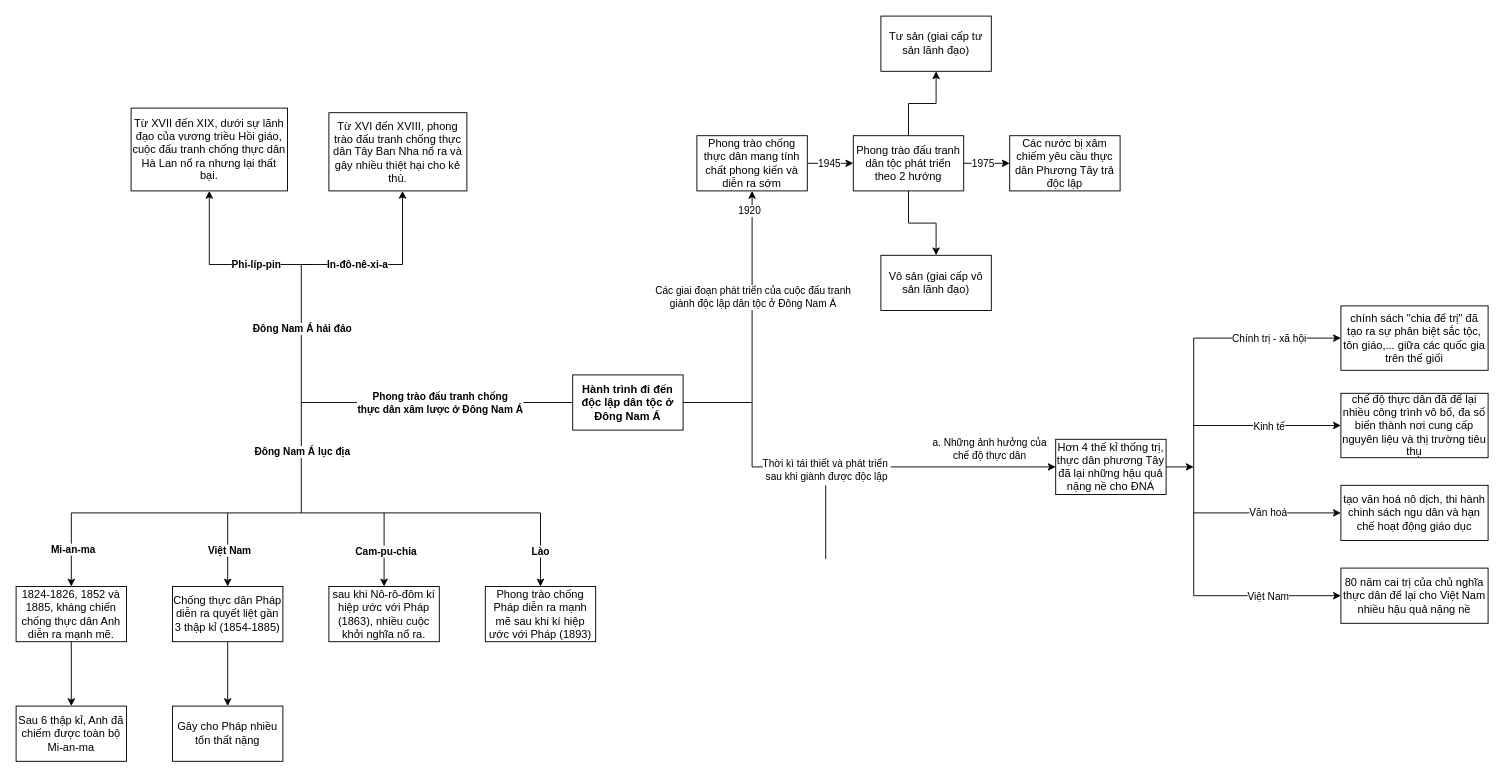
Before: Untitled Diagram.drawio in AnimeNyaruko/FlowChart, a draw.io diagram. Source tidied: cells renumbered, new cells numbered last; positions are measured from the earlier drawing's top-left corner, leaving out a move shared by most shapes. Both pictures are drawn from the tidied source at 92%, with x=0, y=0 at pixel (16, 16).
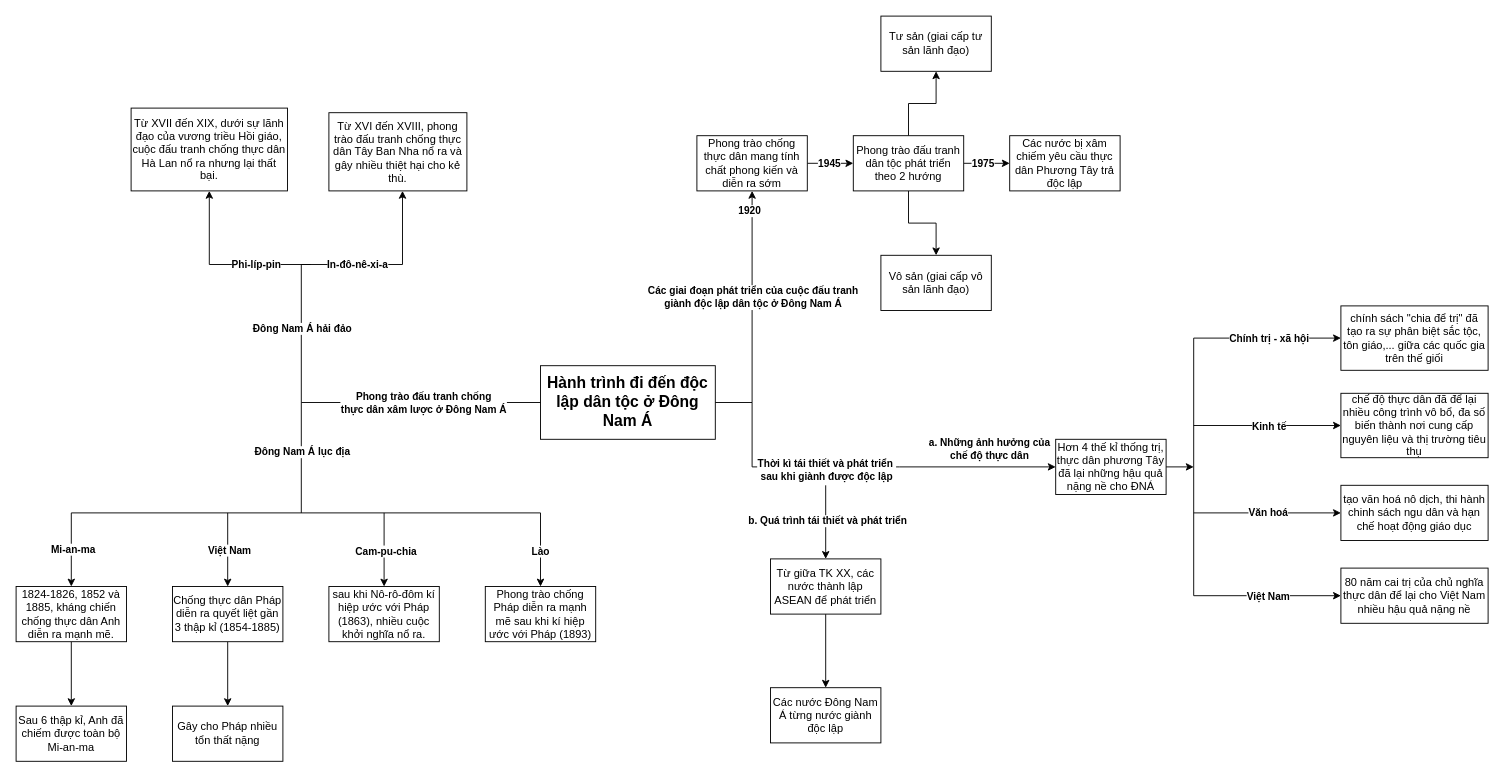
The same page after the edit.

The change refers to these unchanged cells:
```xml
<mxCell id="36" style="endArrow=none;html=1;rounded=0;" parent="1" edge="1">
  <mxGeometry relative="1" as="geometry">
    <mxPoint x="800" y="490" as="sourcePoint" />
    <mxPoint x="960" y="490" as="targetPoint" />
  </mxGeometry>
</mxCell>
<mxCell id="38" style="edgeStyle=orthogonalEdgeStyle;rounded=0;jettySize=auto;html=1;entryX=0;entryY=0.5;entryDx=0;entryDy=0;" parent="1" edge="1" source="40" target="45">
  <mxGeometry relative="1" as="geometry" />
</mxCell>
<mxCell id="43" style="edgeStyle=orthogonalEdgeStyle;rounded=0;jettySize=auto;html=1;entryX=0;entryY=0.5;entryDx=0;entryDy=0;" parent="1" edge="1" source="45" target="46">
  <mxGeometry relative="1" as="geometry" />
</mxCell>
<mxCell id="47" style="endArrow=classic;html=1;rounded=0;" parent="1" edge="1">
  <mxGeometry relative="1" as="geometry">
    <mxPoint x="800" y="420" as="sourcePoint" />
    <mxPoint x="800" y="190" as="targetPoint" />
  </mxGeometry>
</mxCell>
<mxCell id="55" style="endArrow=classic;html=1;rounded=0;" parent="1" edge="1">
  <mxGeometry relative="1" as="geometry">
    <mxPoint x="960" y="490" as="sourcePoint" />
    <mxPoint x="1130" y="490" as="targetPoint" />
  </mxGeometry>
</mxCell>
<mxCell id="62" style="endArrow=classic;html=1;rounded=0;entryX=0;entryY=0.5;entryDx=0;entryDy=0;" parent="1" edge="1" target="61">
  <mxGeometry relative="1" as="geometry">
    <mxPoint x="1280" y="630" as="sourcePoint" />
  </mxGeometry>
</mxCell>
<mxCell id="64" style="endArrow=classic;html=1;rounded=0;entryX=0;entryY=0.5;entryDx=0;entryDy=0;" parent="1" edge="1" target="60">
  <mxGeometry relative="1" as="geometry">
    <mxPoint x="1280" y="540" as="sourcePoint" />
  </mxGeometry>
</mxCell>
<mxCell id="66" style="endArrow=classic;html=1;rounded=0;entryX=0;entryY=0.5;entryDx=0;entryDy=0;" parent="1" edge="1" target="59">
  <mxGeometry relative="1" as="geometry">
    <mxPoint x="1280" y="445" as="sourcePoint" />
  </mxGeometry>
</mxCell>
<mxCell id="68" style="endArrow=classic;html=1;rounded=0;entryX=0;entryY=0.5;entryDx=0;entryDy=0;" parent="1" edge="1" target="54">
  <mxGeometry relative="1" as="geometry">
    <mxPoint x="1280" y="350" as="sourcePoint" />
  </mxGeometry>
</mxCell>
```

Change to the diagram source:
```diff
@@
-    <mxCell id="2" value="Hành trình đi đến độc lập dân tộc ở Đông Nam Á" style="rounded=0;whiteSpace=wrap;html=1;fontStyle=1;" parent="1" vertex="1">
-      <mxGeometry x="605" y="390" width="120" height="60" as="geometry" />
+    <mxCell id="2" value="&lt;font style=&quot;font-size: 17px;&quot;&gt;Hành trình đi đến độc lập dân tộc ở Đông Nam Á&lt;/font&gt;" style="rounded=0;whiteSpace=wrap;html=1;fontStyle=1;" parent="1" vertex="1">
+      <mxGeometry x="570" y="380" width="190" height="80" as="geometry" />
     </mxCell>
@@
-    <mxCell id="37" value="Thời kì tái thiết và phát triển&amp;nbsp;&lt;div&gt;sau khi giành được độc lập&lt;/div&gt;" style="edgeLabel;html=1;align=center;verticalAlign=middle;" parent="36" vertex="1">
+    <mxCell id="37" value="Thời kì tái thiết và phát triển&amp;nbsp;&lt;div&gt;sau khi giành được độc lập&lt;/div&gt;" style="edgeLabel;html=1;align=center;verticalAlign=middle;fontStyle=1;" parent="36" vertex="1">
       <mxGeometry x="-0.4" y="-3" relative="1" as="geometry">
         <mxPoint x="32" as="offset" />
       </mxGeometry>
     </mxCell>
@@
-    <mxCell id="39" value="1945" style="edgeLabel;html=1;align=center;verticalAlign=middle;" parent="38" vertex="1">
+    <mxCell id="39" value="1945" style="edgeLabel;html=1;align=center;verticalAlign=middle;fontStyle=1;" parent="38" vertex="1">
       <mxGeometry x="-0.07" y="1" relative="1" as="geometry" />
     </mxCell>
@@
-    <mxCell id="44" value="1975" style="edgeLabel;html=1;align=center;verticalAlign=middle;" parent="43" vertex="1">
+    <mxCell id="44" value="1975" style="edgeLabel;html=1;align=center;verticalAlign=middle;fontStyle=1;" parent="43" vertex="1">
       <mxGeometry x="-0.21" y="-1" relative="1" as="geometry">
         <mxPoint y="-1" as="offset" />
       </mxGeometry>
     </mxCell>
@@
-    <mxCell id="48" value="Các giai đoạn phát triển của cuộc đấu tranh&lt;div&gt;giành độc lập dân tộc ở Đông Nam Á&lt;/div&gt;" style="edgeLabel;html=1;align=center;verticalAlign=middle;" parent="47" vertex="1">
+    <mxCell id="48" value="Các giai đoạn phát triển của cuộc đấu tranh&lt;div&gt;giành độc lập dân tộc ở Đông Nam Á&lt;/div&gt;" style="edgeLabel;html=1;align=center;verticalAlign=middle;fontStyle=1;" parent="47" vertex="1">
       <mxGeometry relative="1" as="geometry" />
     </mxCell>
-    <mxCell id="49" value="1920" style="edgeLabel;html=1;align=right;verticalAlign=bottom;" parent="47" vertex="1">
+    <mxCell id="49" value="1920" style="edgeLabel;html=1;align=right;verticalAlign=bottom;fontStyle=1;" parent="47" vertex="1">
       <mxGeometry x="1" relative="1" as="geometry">
         <mxPoint x="10" y="30" as="offset" />
       </mxGeometry>
     </mxCell>
@@
-    <mxCell id="52" style="endArrow=none;html=1;rounded=0;" parent="1" edge="1">
-      <mxGeometry relative="1" as="geometry">
-        <mxPoint x="880" y="510" as="sourcePoint" />
-        <mxPoint x="880" y="590" as="targetPoint" />
-      </mxGeometry>
-    </mxCell>
@@
-    <mxCell id="56" value="a. Những ảnh hưởng của&lt;div&gt;chế độ thực dân&lt;/div&gt;" style="edgeLabel;html=1;align=center;verticalAlign=middle;" parent="55" vertex="1">
+    <mxCell id="56" value="a. Những ảnh hưởng của&lt;div&gt;chế độ thực dân&lt;/div&gt;" style="edgeLabel;html=1;align=center;verticalAlign=middle;fontStyle=1;" parent="55" vertex="1">
       <mxGeometry x="0.51" y="3" relative="1" as="geometry">
         <mxPoint x="-31" y="-17" as="offset" />
       </mxGeometry>
     </mxCell>
@@
-    <mxCell id="63" value="Việt Nam" style="edgeLabel;html=1;align=center;verticalAlign=middle;" parent="62" vertex="1">
+    <mxCell id="63" value="Việt Nam" style="edgeLabel;html=1;align=center;verticalAlign=middle;fontStyle=1;" parent="62" vertex="1">
       <mxGeometry x="-0.43" y="1" relative="1" as="geometry">
         <mxPoint x="34" y="1" as="offset" />
       </mxGeometry>
     </mxCell>
@@
-    <mxCell id="65" value="Văn hoá" style="edgeLabel;html=1;align=center;verticalAlign=middle;" parent="64" vertex="1">
+    <mxCell id="65" value="Văn hoá" style="edgeLabel;html=1;align=center;verticalAlign=middle;fontStyle=1;" parent="64" vertex="1">
       <mxGeometry x="-0.24" y="1" relative="1" as="geometry">
         <mxPoint x="19" as="offset" />
       </mxGeometry>
     </mxCell>
@@
-    <mxCell id="67" value="Kinh tế" style="edgeLabel;html=1;align=center;verticalAlign=middle;" parent="66" vertex="1">
+    <mxCell id="67" value="Kinh tế" style="edgeLabel;html=1;align=center;verticalAlign=middle;fontStyle=1;" parent="66" vertex="1">
       <mxGeometry x="-0.33" y="-1" relative="1" as="geometry">
         <mxPoint x="27" y="-1" as="offset" />
       </mxGeometry>
     </mxCell>
@@
-    <mxCell id="69" value="Chính trị - xã hội" style="edgeLabel;html=1;align=center;verticalAlign=middle;" parent="68" vertex="1">
+    <mxCell id="69" value="Chính trị - xã hội" style="edgeLabel;html=1;align=center;verticalAlign=middle;fontStyle=1;" parent="68" vertex="1">
       <mxGeometry x="-0.28" y="-1" relative="1" as="geometry">
         <mxPoint x="23" y="-1" as="offset" />
       </mxGeometry>
     </mxCell>
+    <mxCell id="70" style="endArrow=classic;html=1;rounded=0;" parent="1" edge="1">
+      <mxGeometry relative="1" as="geometry">
+        <mxPoint x="880" y="510" as="sourcePoint" />
+        <mxPoint x="880" y="590" as="targetPoint" />
+      </mxGeometry>
+    </mxCell>
+    <mxCell id="71" value="b. Quá trình tái thiết và phát triển" style="edgeLabel;html=1;align=center;verticalAlign=middle;fontStyle=1;" parent="70" vertex="1">
+      <mxGeometry x="-0.05" y="1" relative="1" as="geometry" />
+    </mxCell>
+    <mxCell id="72" style="edgeStyle=orthogonalEdgeStyle;rounded=0;jettySize=auto;html=1;" parent="1" edge="1" source="73" target="74">
+      <mxGeometry relative="1" as="geometry" />
+    </mxCell>
+    <mxCell id="73" value="Từ giữa TK XX, các nước thành lập ASEAN để phát triển" style="rounded=0;whiteSpace=wrap;html=1;" parent="1" vertex="1">
+      <mxGeometry x="820" y="590" width="120" height="60" as="geometry" />
+    </mxCell>
+    <mxCell id="74" value="Các nước Đông Nam Á từng nước giành độc lập" style="whiteSpace=wrap;html=1;rounded=0;" parent="1" vertex="1">
+      <mxGeometry x="820" y="730" width="120" height="60" as="geometry" />
+    </mxCell>
```
